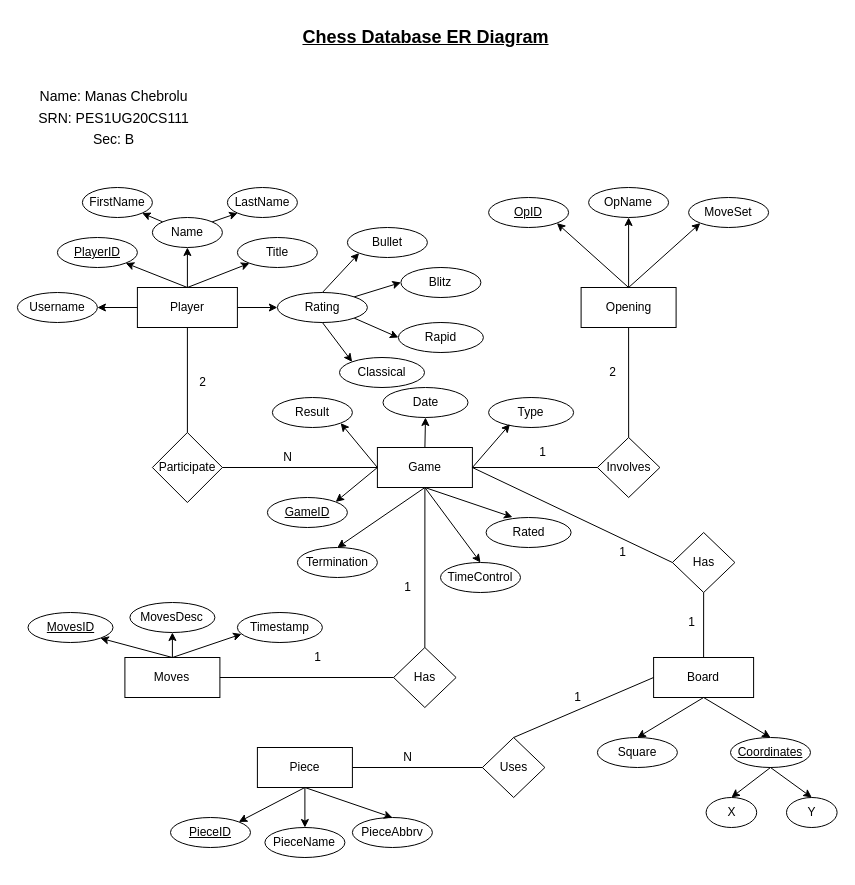
This is report/Chess_ER_Diagram.drawio from manasch/Chess_Database_DBMS_Project, a draw.io file, before an edit. Source tidied: cells renumbered, new cells numbered last; positions are measured from the earlier drawing's top-left corner, leaving out a move shared by most shapes. Both pictures are drawn from the tidied source at 100%, with x=0, y=0 at pixel (17, 17).
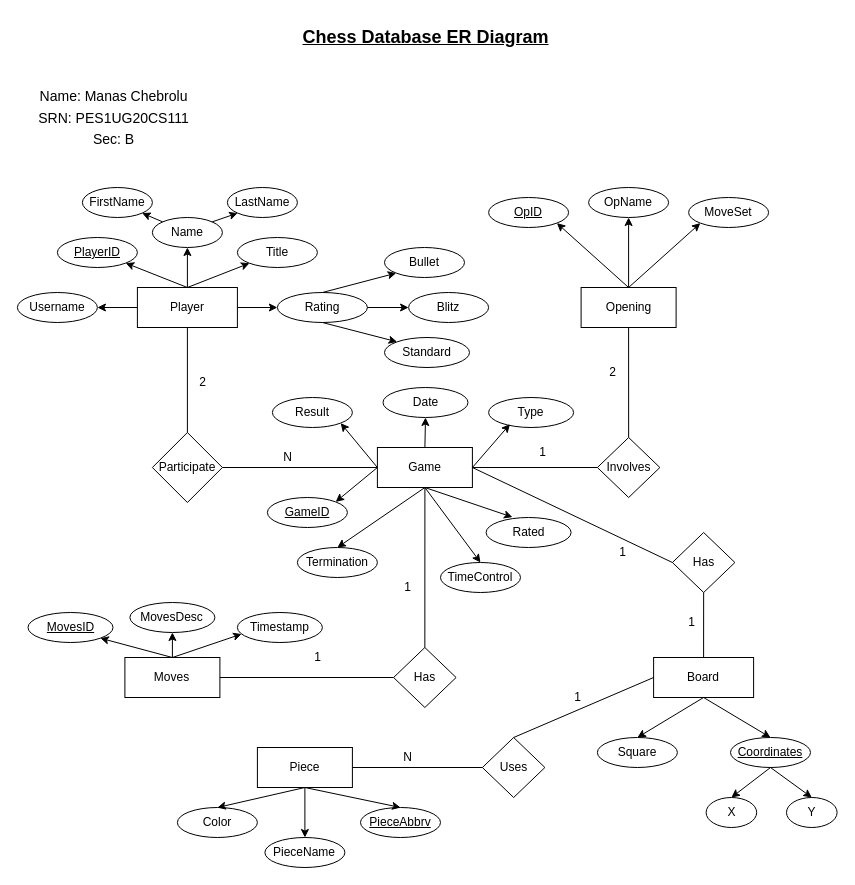
After the change.

Unchanged cells that the change refers to:
```xml
<mxCell id="6" value="Rating" style="ellipse;whiteSpace=wrap;html=1;" parent="1" vertex="1">
  <mxGeometry x="259.9" y="275" width="90" height="30" as="geometry" />
</mxCell>
<mxCell id="73" value="Piece" style="rounded=0;whiteSpace=wrap;html=1;" parent="1" vertex="1">
  <mxGeometry x="239.9" y="730" width="95" height="40" as="geometry" />
</mxCell>
```

Change to the diagram source:
```diff
@@
     <mxCell id="7" value="Blitz" style="ellipse;whiteSpace=wrap;html=1;" parent="1" vertex="1">
-      <mxGeometry x="383.4" y="250" width="80" height="30" as="geometry" />
+      <mxGeometry x="391.1" y="275" width="80" height="30" as="geometry" />
     </mxCell>
-    <mxCell id="8" value="Rapid" style="ellipse;whiteSpace=wrap;html=1;" parent="1" vertex="1">
-      <mxGeometry x="380.9" y="305" width="85" height="30" as="geometry" />
-    </mxCell>
-    <mxCell id="9" value="Classical" style="ellipse;whiteSpace=wrap;html=1;" parent="1" vertex="1">
-      <mxGeometry x="322" y="340" width="85" height="30" as="geometry" />
+    <mxCell id="9" value="Standard" style="ellipse;whiteSpace=wrap;html=1;" parent="1" vertex="1">
+      <mxGeometry x="367" y="320" width="85" height="30" as="geometry" />
     </mxCell>
@@
-    <mxCell id="14" style="endArrow=classic;html=1;rounded=0;entryX=0;entryY=0.5;entryDx=0;entryDy=0;exitX=1;exitY=0;exitDx=0;exitDy=0;" parent="1" edge="1" source="6" target="7">
+    <mxCell id="14" style="endArrow=classic;html=1;rounded=0;entryX=0;entryY=0.5;entryDx=0;entryDy=0;exitX=1;exitY=0.5;exitDx=0;exitDy=0;" parent="1" edge="1" source="6" target="7">
       <mxGeometry relative="1" as="geometry" />
     </mxCell>
-    <mxCell id="15" style="endArrow=classic;html=1;rounded=0;entryX=0;entryY=0.5;entryDx=0;entryDy=0;exitX=1;exitY=1;exitDx=0;exitDy=0;" parent="1" edge="1" source="6" target="8">
-      <mxGeometry relative="1" as="geometry" />
-    </mxCell>
@@
-    <mxCell id="75" value="&lt;u&gt;PieceID&lt;/u&gt;" style="ellipse;whiteSpace=wrap;html=1;" parent="1" vertex="1">
-      <mxGeometry x="153" y="800" width="80" height="30" as="geometry" />
-    </mxCell>
     <mxCell id="76" value="PieceName" style="ellipse;whiteSpace=wrap;html=1;" parent="1" vertex="1">
-      <mxGeometry x="247.4" y="810" width="80" height="30" as="geometry" />
+      <mxGeometry x="247.4" y="820" width="80" height="30" as="geometry" />
     </mxCell>
-    <mxCell id="77" style="edgeStyle=orthogonalEdgeStyle;rounded=0;orthogonalLoop=1;jettySize=auto;html=1;exitX=0.5;exitY=1;exitDx=0;exitDy=0;" parent="1" edge="1" source="75" target="75">
-      <mxGeometry relative="1" as="geometry" />
+    <mxCell id="77" style="edgeStyle=orthogonalEdgeStyle;rounded=0;orthogonalLoop=1;jettySize=auto;html=1;exitX=0.5;exitY=1;exitDx=0;exitDy=0;" parent="1" edge="1">
+      <mxGeometry relative="1" as="geometry">
+        <mxPoint x="193" y="830" as="sourcePoint" />
+        <mxPoint x="193" y="830" as="targetPoint" />
+      </mxGeometry>
     </mxCell>
-    <mxCell id="78" value="PieceAbbrv" style="ellipse;whiteSpace=wrap;html=1;" parent="1" vertex="1">
-      <mxGeometry x="334.9" y="800" width="80" height="30" as="geometry" />
+    <mxCell id="78" value="&lt;u&gt;PieceAbbrv&lt;/u&gt;" style="ellipse;whiteSpace=wrap;html=1;" parent="1" vertex="1">
+      <mxGeometry x="343" y="790" width="80" height="30" as="geometry" />
     </mxCell>
-    <mxCell id="79" style="endArrow=classic;html=1;rounded=0;entryX=1;entryY=0;entryDx=0;entryDy=0;exitX=0.5;exitY=1;exitDx=0;exitDy=0;" parent="1" edge="1" source="73" target="75">
-      <mxGeometry relative="1" as="geometry" />
-    </mxCell>
@@
     <mxCell id="90" value="Bullet" style="ellipse;whiteSpace=wrap;html=1;" parent="1" vertex="1">
-      <mxGeometry x="329.9" y="210" width="80" height="30" as="geometry" />
+      <mxGeometry x="367" y="230" width="80" height="30" as="geometry" />
     </mxCell>
@@
+    <mxCell id="98" value="Color" style="ellipse;whiteSpace=wrap;html=1;" parent="1" vertex="1">
+      <mxGeometry x="159.9" y="790" width="80" height="30" as="geometry" />
+    </mxCell>
+    <mxCell id="99" style="endArrow=classic;html=1;rounded=0;entryX=0.5;entryY=0;entryDx=0;entryDy=0;exitX=0.5;exitY=1;exitDx=0;exitDy=0;" parent="1" edge="1" source="73" target="98">
+      <mxGeometry relative="1" as="geometry" />
+    </mxCell>
```
